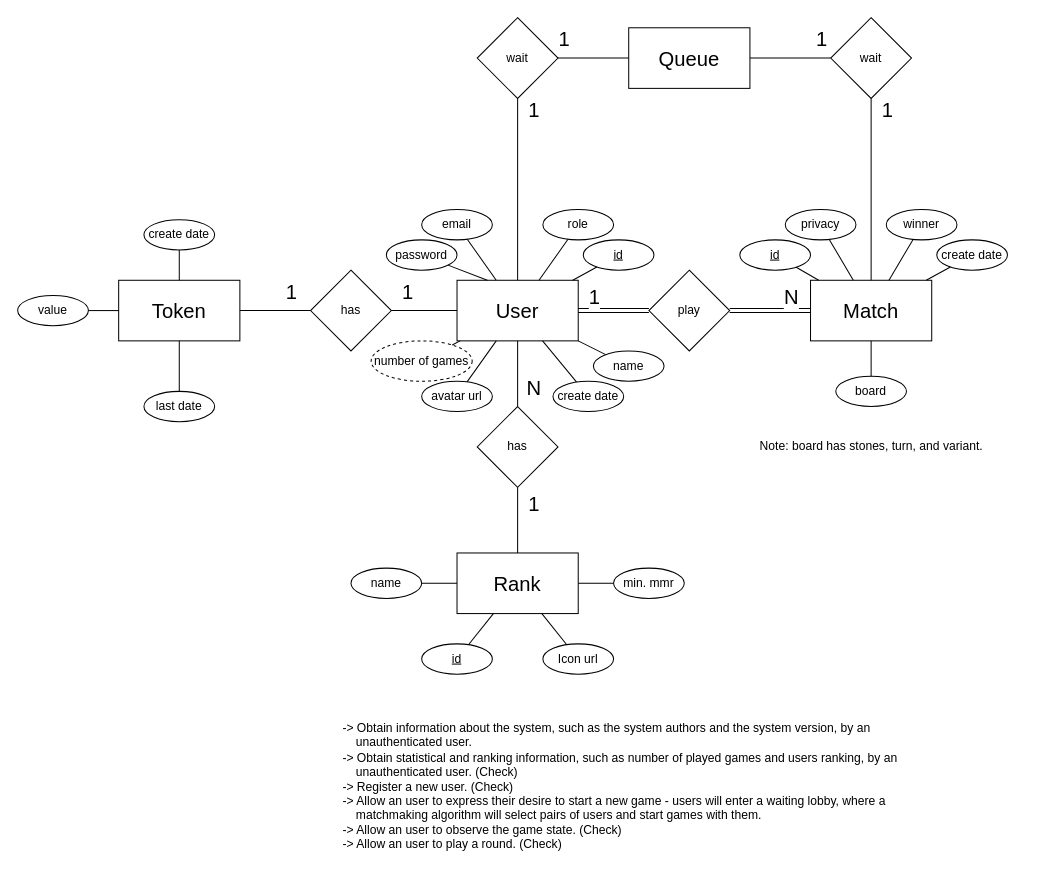
Above: code/jvm/docs/diagrams/gomoku.drawio in AndreGraca3/Gomoku-Royale-web (draw.io), before the change. Source tidied: cells renumbered, new cells numbered last; positions are measured from the earlier drawing's top-left corner, leaving out a move shared by most shapes. Both pictures are drawn from the tidied source at 101%, with x=0, y=0 at pixel (17, 17).
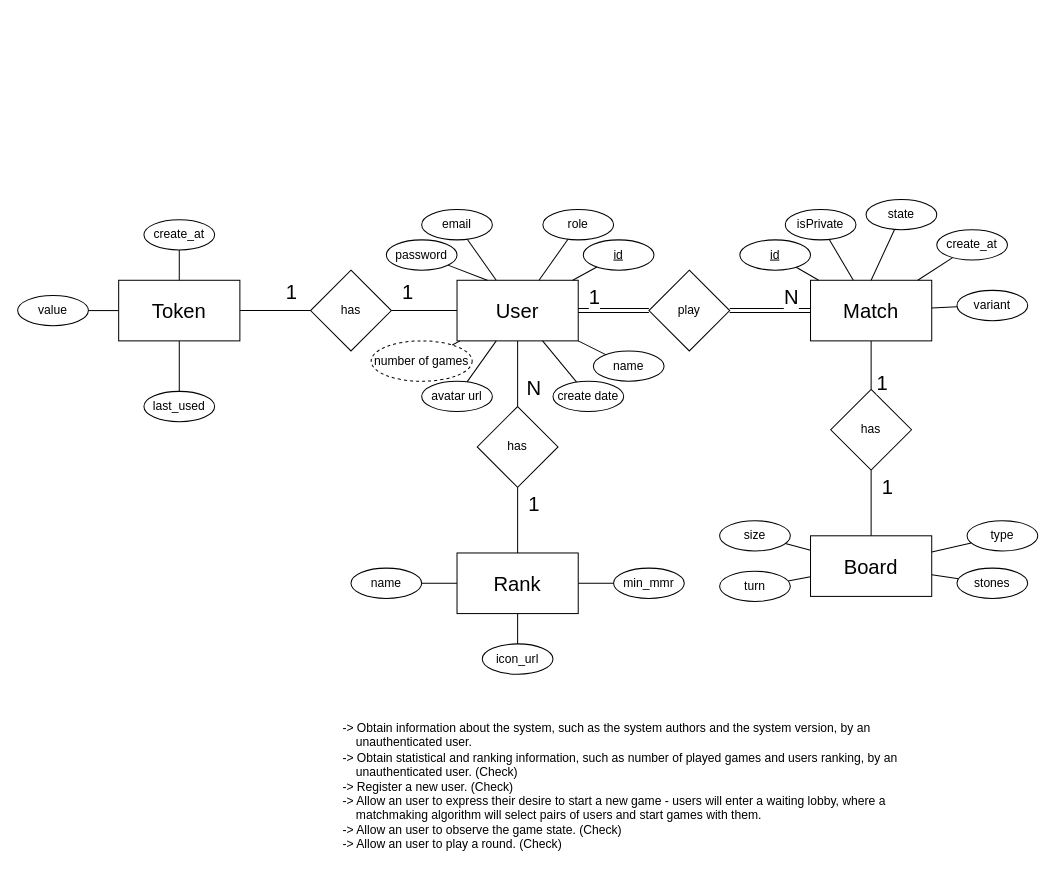
After the change.

The change refers to these unchanged cells:
```xml
<mxCell id="2" value="&lt;font style=&quot;font-size: 20px;&quot;&gt;User&lt;/font&gt;" style="rounded=0;whiteSpace=wrap;html=1;" parent="1" vertex="1">
  <mxGeometry x="435" y="260" width="120" height="60" as="geometry" />
</mxCell>
<mxCell id="3" value="&lt;span style=&quot;font-size: 20px;&quot;&gt;Match&lt;/span&gt;" style="rounded=0;whiteSpace=wrap;html=1;" parent="1" vertex="1">
  <mxGeometry x="785" y="260" width="120" height="60" as="geometry" />
</mxCell>
<mxCell id="35" value="&lt;font style=&quot;font-size: 20px;&quot;&gt;Rank&lt;/font&gt;" style="rounded=0;whiteSpace=wrap;html=1;" parent="1" vertex="1">
  <mxGeometry x="435" y="530" width="120" height="60" as="geometry" />
</mxCell>
```

What changed in the source:
```diff
@@
-    <mxCell id="19" value="board" style="ellipse;whiteSpace=wrap;html=1;" parent="1" vertex="1">
-      <mxGeometry x="810" y="355" width="70" height="30" as="geometry" />
-    </mxCell>
-    <mxCell id="20" style="endArrow=none;html=1;rounded=0;" parent="1" edge="1" source="3" target="19">
+    <mxCell id="20" style="endArrow=none;html=1;rounded=0;entryX=0.5;entryY=0;entryDx=0;entryDy=0;exitX=0.5;exitY=1;exitDx=0;exitDy=0;" parent="1" edge="1" source="3" target="76">
       <mxGeometry relative="1" as="geometry" />
     </mxCell>
-    <mxCell id="21" value="Note: board has stones, turn, and variant." style="text;html=1;align=center;verticalAlign=middle;strokeColor=none;fillColor=none;" parent="1" vertex="1">
-      <mxGeometry x="725" y="410" width="240" height="30" as="geometry" />
-    </mxCell>
@@
-    <mxCell id="29" value="create date" style="ellipse;whiteSpace=wrap;html=1;" parent="1" vertex="1">
+    <mxCell id="29" value="create_at" style="ellipse;whiteSpace=wrap;html=1;" parent="1" vertex="1">
       <mxGeometry x="125" y="200" width="70" height="30" as="geometry" />
     </mxCell>
@@
-    <mxCell id="40" value="&lt;u&gt;id&lt;/u&gt;" style="ellipse;whiteSpace=wrap;html=1;" parent="1" vertex="1">
-      <mxGeometry x="400" y="620" width="70" height="30" as="geometry" />
-    </mxCell>
-    <mxCell id="41" style="endArrow=none;html=1;rounded=0;" parent="1" edge="1" source="40" target="35">
-      <mxGeometry relative="1" as="geometry" />
-    </mxCell>
-    <mxCell id="42" value="Icon url" style="ellipse;whiteSpace=wrap;html=1;" parent="1" vertex="1">
-      <mxGeometry x="520" y="620" width="70" height="30" as="geometry" />
+    <mxCell id="42" value="icon_url" style="ellipse;whiteSpace=wrap;html=1;" parent="1" vertex="1">
+      <mxGeometry x="460" y="620" width="70" height="30" as="geometry" />
     </mxCell>
@@
-    <mxCell id="44" value="min. mmr" style="ellipse;whiteSpace=wrap;html=1;" parent="1" vertex="1">
+    <mxCell id="44" value="min_mmr" style="ellipse;whiteSpace=wrap;html=1;" parent="1" vertex="1">
       <mxGeometry x="590" y="545" width="70" height="30" as="geometry" />
     </mxCell>
@@
-    <mxCell id="54" value="last date" style="ellipse;whiteSpace=wrap;html=1;" parent="1" vertex="1">
+    <mxCell id="54" value="last_used" style="ellipse;whiteSpace=wrap;html=1;" parent="1" vertex="1">
       <mxGeometry x="125" y="370" width="70" height="30" as="geometry" />
     </mxCell>
@@
-    <mxCell id="57" value="privacy" style="ellipse;whiteSpace=wrap;html=1;fontStyle=0;" parent="1" vertex="1">
+    <mxCell id="57" value="isPrivate" style="ellipse;whiteSpace=wrap;html=1;fontStyle=0;" parent="1" vertex="1">
       <mxGeometry x="760" y="190" width="70" height="30" as="geometry" />
     </mxCell>
-    <mxCell id="58" value="create date" style="ellipse;whiteSpace=wrap;html=1;fontStyle=0;" parent="1" vertex="1">
-      <mxGeometry x="910" y="220" width="70" height="30" as="geometry" />
+    <mxCell id="58" value="create_at" style="ellipse;whiteSpace=wrap;html=1;fontStyle=0;" parent="1" vertex="1">
+      <mxGeometry x="910" y="210" width="70" height="30" as="geometry" />
     </mxCell>
@@
-    <mxCell id="60" value="winner" style="ellipse;whiteSpace=wrap;html=1;fontStyle=0;" parent="1" vertex="1">
-      <mxGeometry x="860" y="190" width="70" height="30" as="geometry" />
-    </mxCell>
-    <mxCell id="61" style="endArrow=none;html=1;rounded=0;" parent="1" edge="1" source="60" target="3">
-      <mxGeometry relative="1" as="geometry" />
-    </mxCell>
-    <mxCell id="62" value="&lt;span style=&quot;font-size: 20px;&quot;&gt;Queue&lt;/span&gt;" style="rounded=0;whiteSpace=wrap;html=1;" parent="1" vertex="1">
-      <mxGeometry x="605" y="10" width="120" height="60" as="geometry" />
-    </mxCell>
-    <mxCell id="63" value="wait" style="rhombus;whiteSpace=wrap;html=1;" parent="1" vertex="1">
-      <mxGeometry x="455" width="80" height="80" as="geometry" />
-    </mxCell>
-    <mxCell id="64" style="endArrow=none;html=1;rounded=0;exitX=0.5;exitY=1;exitDx=0;exitDy=0;entryX=0.5;entryY=0;entryDx=0;entryDy=0;" parent="1" edge="1" source="63" target="2">
-      <mxGeometry relative="1" as="geometry" />
-    </mxCell>
-    <mxCell id="65" value="1" style="edgeLabel;html=1;align=center;verticalAlign=middle;fontSize=20;" parent="64" vertex="1">
-      <mxGeometry x="0.06" y="3" relative="1" as="geometry">
-        <mxPoint x="12" y="-85" as="offset" />
-      </mxGeometry>
-    </mxCell>
-    <mxCell id="66" style="endArrow=none;html=1;rounded=0;exitX=0;exitY=0.5;exitDx=0;exitDy=0;entryX=1;entryY=0.5;entryDx=0;entryDy=0;" parent="1" edge="1" source="62" target="63">
-      <mxGeometry relative="1" as="geometry" />
-    </mxCell>
-    <mxCell id="67" value="1" style="edgeLabel;html=1;align=center;verticalAlign=middle;fontSize=20;" parent="66" vertex="1">
-      <mxGeometry x="0.06" y="3" relative="1" as="geometry">
-        <mxPoint x="-28" y="-23" as="offset" />
-      </mxGeometry>
-    </mxCell>
-    <mxCell id="68" value="wait" style="rhombus;whiteSpace=wrap;html=1;" parent="1" vertex="1">
-      <mxGeometry x="805" width="80" height="80" as="geometry" />
-    </mxCell>
-    <mxCell id="69" style="endArrow=none;html=1;rounded=0;exitX=1;exitY=0.5;exitDx=0;exitDy=0;entryX=0;entryY=0.5;entryDx=0;entryDy=0;strokeColor=default;" parent="1" edge="1" source="62" target="68">
-      <mxGeometry relative="1" as="geometry" />
-    </mxCell>
-    <mxCell id="70" value="1" style="edgeLabel;html=1;align=center;verticalAlign=middle;fontSize=20;" parent="69" vertex="1">
-      <mxGeometry x="0.06" y="3" relative="1" as="geometry">
-        <mxPoint x="28" y="-17" as="offset" />
-      </mxGeometry>
-    </mxCell>
-    <mxCell id="71" style="endArrow=none;html=1;rounded=0;exitX=0.5;exitY=0;exitDx=0;exitDy=0;entryX=0.5;entryY=1;entryDx=0;entryDy=0;" parent="1" edge="1" source="3" target="68">
+    <mxCell id="71" style="endArrow=none;html=1;rounded=0;exitX=0.5;exitY=0;exitDx=0;exitDy=0;" parent="1" edge="1" source="3" target="74">
       <mxGeometry relative="1" as="geometry" />
     </mxCell>
-    <mxCell id="72" value="1" style="edgeLabel;html=1;align=center;verticalAlign=middle;fontSize=20;" parent="71" vertex="1">
-      <mxGeometry x="0.06" y="3" relative="1" as="geometry">
-        <mxPoint x="18" y="-75" as="offset" />
-      </mxGeometry>
-    </mxCell>
@@
+    <mxCell id="74" value="state" style="ellipse;whiteSpace=wrap;html=1;fontStyle=0;" parent="1" vertex="1">
+      <mxGeometry x="840" y="180" width="70" height="30" as="geometry" />
+    </mxCell>
+    <mxCell id="75" value="&lt;span style=&quot;font-size: 20px;&quot;&gt;Board&lt;/span&gt;" style="rounded=0;whiteSpace=wrap;html=1;" parent="1" vertex="1">
+      <mxGeometry x="785" y="513" width="120" height="60" as="geometry" />
+    </mxCell>
+    <mxCell id="76" value="has" style="rhombus;whiteSpace=wrap;html=1;" parent="1" vertex="1">
+      <mxGeometry x="805" y="368" width="80" height="80" as="geometry" />
+    </mxCell>
+    <mxCell id="77" style="endArrow=none;html=1;rounded=0;entryX=0.5;entryY=1;entryDx=0;entryDy=0;exitX=0.5;exitY=0;exitDx=0;exitDy=0;" parent="1" edge="1" source="75" target="76">
+      <mxGeometry relative="1" as="geometry" />
+    </mxCell>
+    <mxCell id="78" value="1" style="edgeLabel;html=1;align=center;verticalAlign=middle;fontSize=20;" parent="77" vertex="1">
+      <mxGeometry x="-0.16" relative="1" as="geometry">
+        <mxPoint x="15" y="-23" as="offset" />
+      </mxGeometry>
+    </mxCell>
+    <mxCell id="79" value="stones" style="ellipse;whiteSpace=wrap;html=1;" parent="1" vertex="1">
+      <mxGeometry x="930" y="545" width="70" height="30" as="geometry" />
+    </mxCell>
+    <mxCell id="80" style="endArrow=none;html=1;rounded=0;" parent="1" edge="1" source="79" target="75">
+      <mxGeometry relative="1" as="geometry" />
+    </mxCell>
+    <mxCell id="81" value="turn" style="ellipse;whiteSpace=wrap;html=1;" parent="1" vertex="1">
+      <mxGeometry x="695" y="548" width="70" height="30" as="geometry" />
+    </mxCell>
+    <mxCell id="82" style="endArrow=none;html=1;rounded=0;" parent="1" edge="1" source="81" target="75">
+      <mxGeometry relative="1" as="geometry" />
+    </mxCell>
+    <mxCell id="83" value="size" style="ellipse;whiteSpace=wrap;html=1;" parent="1" vertex="1">
+      <mxGeometry x="695" y="498" width="70" height="30" as="geometry" />
+    </mxCell>
+    <mxCell id="84" style="endArrow=none;html=1;rounded=0;" parent="1" edge="1" source="83" target="75">
+      <mxGeometry relative="1" as="geometry" />
+    </mxCell>
+    <mxCell id="85" value="variant" style="ellipse;whiteSpace=wrap;html=1;" parent="1" vertex="1">
+      <mxGeometry x="930" y="270" width="70" height="30" as="geometry" />
+    </mxCell>
+    <mxCell id="86" style="endArrow=none;html=1;rounded=0;" parent="1" edge="1" source="85" target="3">
+      <mxGeometry relative="1" as="geometry" />
+    </mxCell>
+    <mxCell id="87" value="1" style="edgeLabel;html=1;align=center;verticalAlign=middle;fontSize=20;" parent="1" vertex="1">
+      <mxGeometry x="855" y="360" as="geometry" />
+    </mxCell>
+    <mxCell id="88" value="type" style="ellipse;whiteSpace=wrap;html=1;" parent="1" vertex="1">
+      <mxGeometry x="940" y="498" width="70" height="30" as="geometry" />
+    </mxCell>
+    <mxCell id="89" style="endArrow=none;html=1;rounded=0;" parent="1" edge="1" source="88" target="75">
+      <mxGeometry relative="1" as="geometry" />
+    </mxCell>
```
